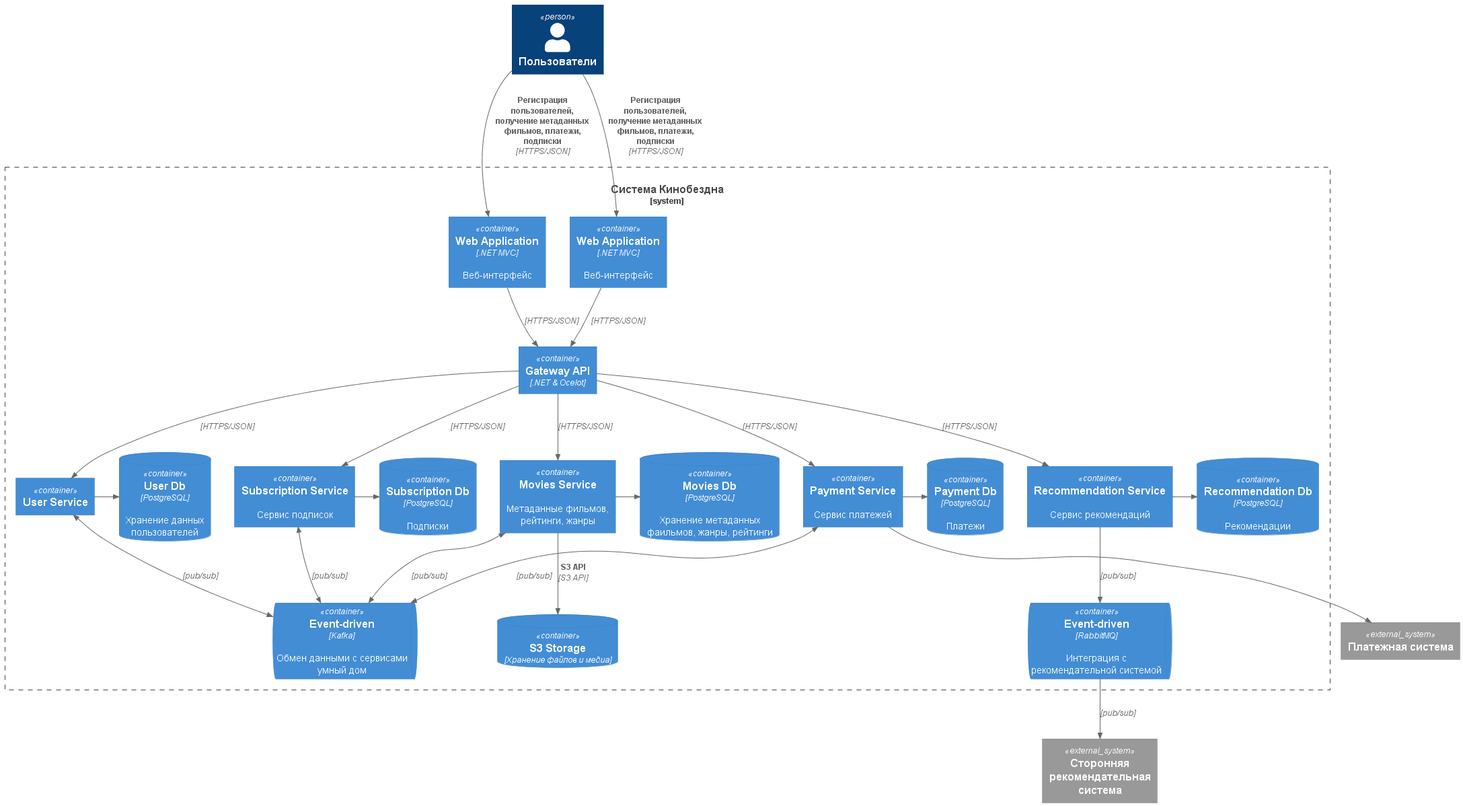
pvmasny/yandex-arch-pro-02 keeps this PlantUML diagram as diagrams/container/container.png. Above is the earlier version.
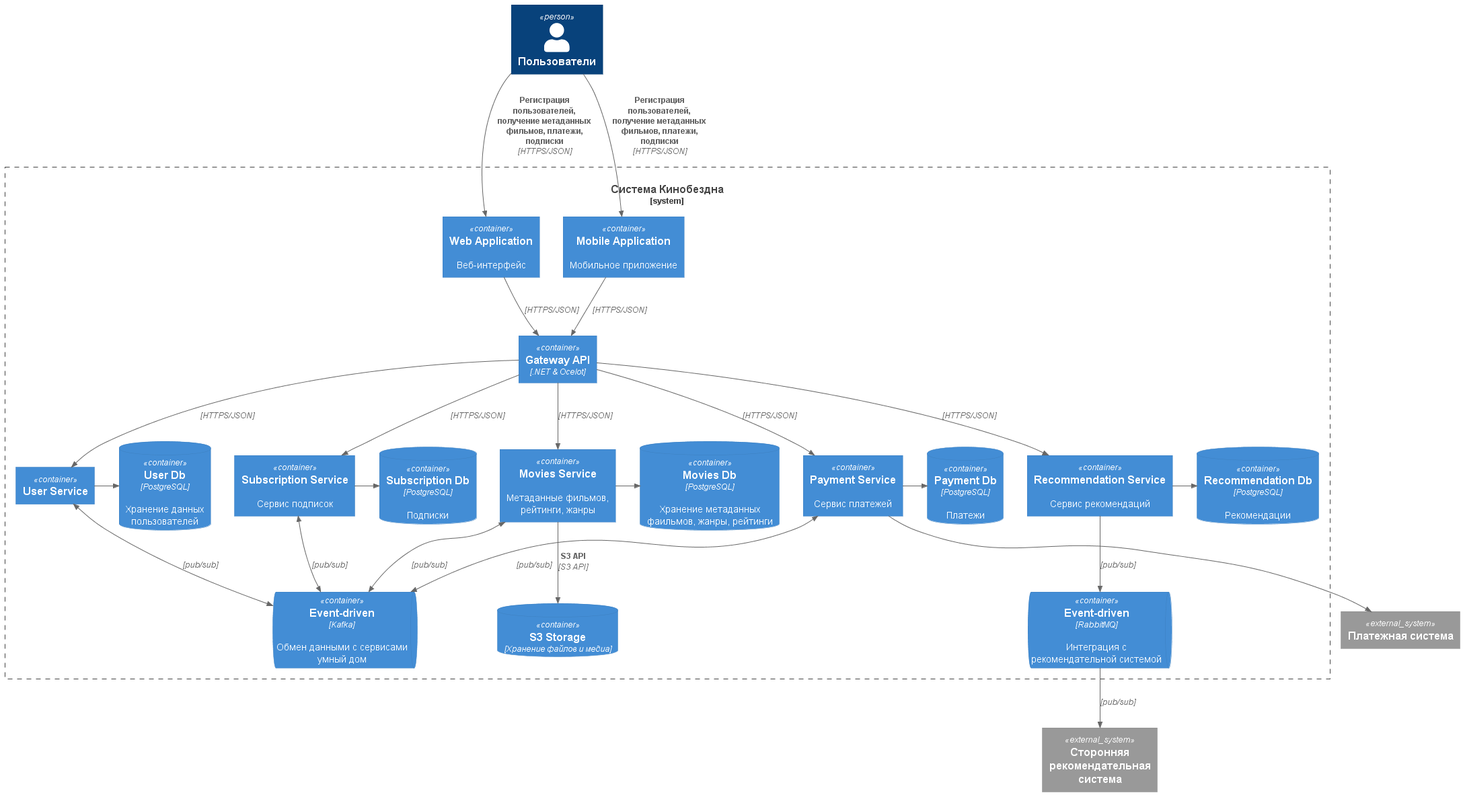
The same diagram one commit later.

Commit message:
mobile app

Change to the diagram source:
```diff
@@ -6,8 +6,8 @@
 Person(user, "Пользователи", "")
 
 System_Boundary(cinema_abyss, "Система Кинобездна") {
-    Container(web_app, "Web Application", ".NET MVC", "Веб-интерфейс")
-    Container(mobile_app, "Web Application", ".NET MVC", "Веб-интерфейс")
+    Container(web_app, "Web Application", "", "Веб-интерфейс")
+    Container(mobile_app, "Mobile Application", "", "Мобильное приложение")
     Container(gateway, "Gateway API", ".NET & Ocelot")
     Container(user_service, "User Service")
     ContainerDb(user_db, "User Db", "PostgreSQL", "Хранение данных пользователей")
```
